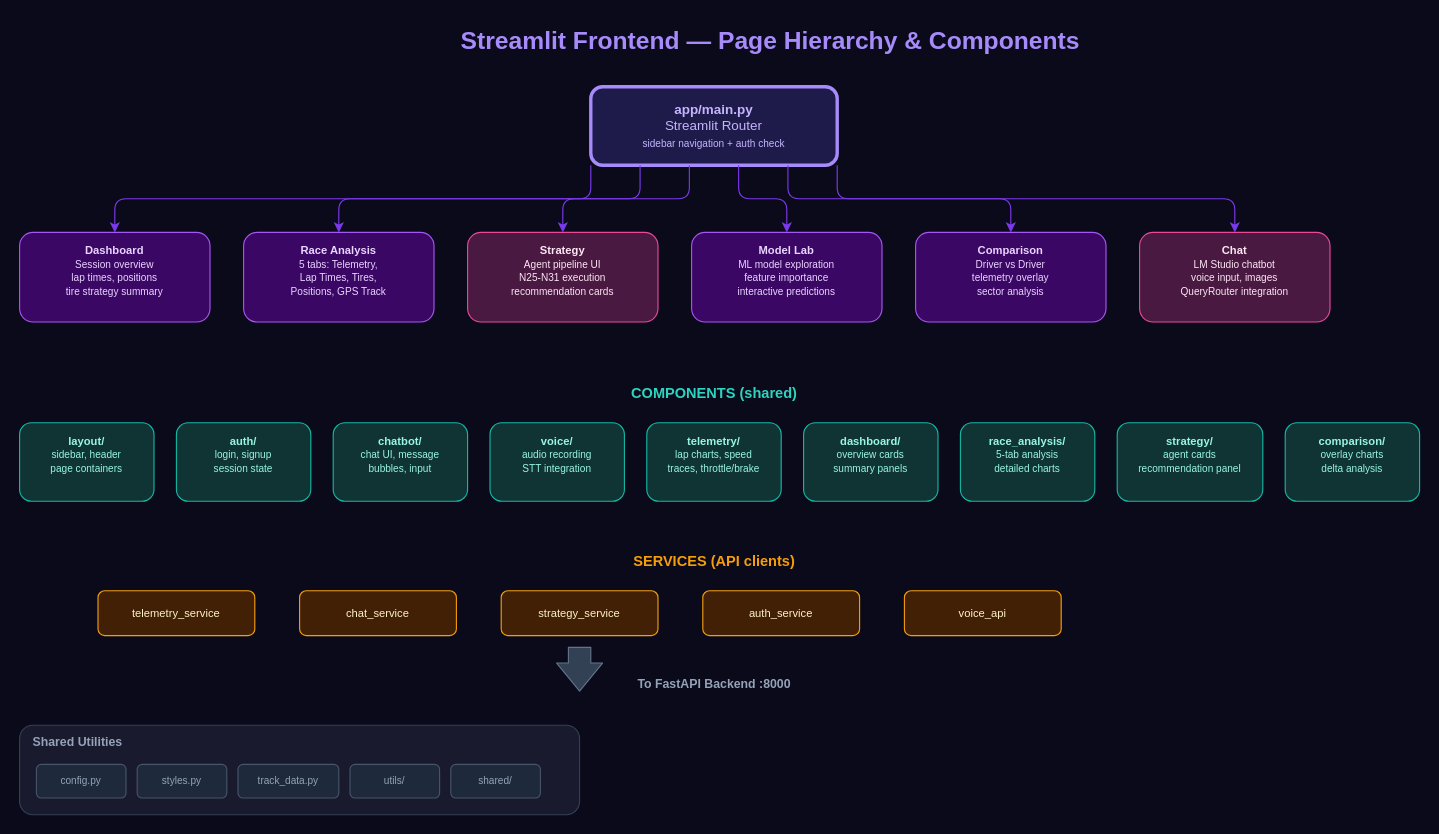
The draw.io diagram docs/diagrams/frontend_pages.drawio in VforVitorio/F1-StratLab, before the edit. Source tidied: cells renumbered, new cells numbered last; positions are measured from the earlier drawing's top-left corner, leaving out a move shared by most shapes. Both pictures are drawn from the tidied source at 112%, with x=0, y=0 at pixel (19, 19).
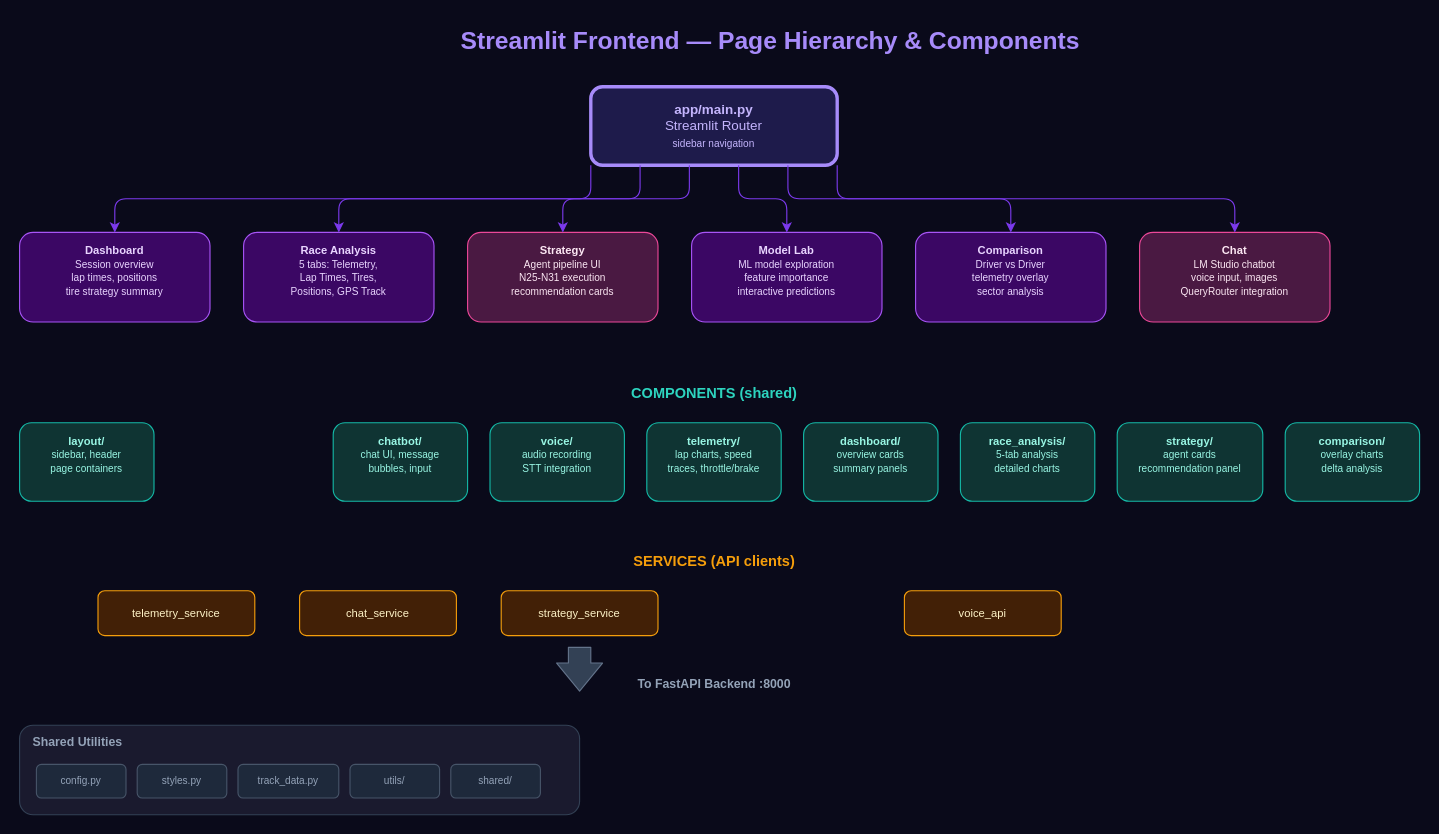
The same page after the edit.

Commit message:
docs(diagrams): remove auth/login page node from frontend_pages drawio

The edit, as a diff of the source:
```diff
@@
-    <mxCell id="3" value="&lt;b&gt;app/main.py&lt;/b&gt;&lt;br&gt;Streamlit Router&lt;br&gt;&lt;font style=&quot;font-size:9px&quot;&gt;sidebar navigation + auth check&lt;/font&gt;" style="rounded=1;whiteSpace=wrap;html=1;fillColor=#1e1b4b;strokeColor=#a78bfa;strokeWidth=3;fontColor=#c4b5fd;fontSize=12;" parent="1" vertex="1">
+    <mxCell id="3" value="&lt;b&gt;app/main.py&lt;/b&gt;&lt;br&gt;Streamlit Router&lt;br&gt;&lt;font style=&quot;font-size:9px&quot;&gt;sidebar navigation&lt;/font&gt;" style="rounded=1;whiteSpace=wrap;html=1;fillColor=#1e1b4b;strokeColor=#a78bfa;strokeWidth=3;fontColor=#c4b5fd;fontSize=12;" parent="1" vertex="1">
       <mxGeometry x="510" y="60" width="220" height="70" as="geometry" />
     </mxCell>
@@
-    <mxCell id="18" value="&lt;b&gt;auth/&lt;/b&gt;&lt;br&gt;&lt;font style=&quot;font-size:9px&quot;&gt;login, signup&lt;br&gt;session state&lt;/font&gt;" style="rounded=1;whiteSpace=wrap;html=1;fillColor=#0f3433;strokeColor=#14b8a6;fontColor=#99f6e4;fontSize=10;verticalAlign=top;spacingTop=4;" parent="1" vertex="1">
-      <mxGeometry x="140" y="360" width="120" height="70" as="geometry" />
-    </mxCell>
@@
-    <mxCell id="30" value="auth_service" style="rounded=1;whiteSpace=wrap;html=1;fillColor=#422006;strokeColor=#f59e0b;fontColor=#fef3c7;fontSize=10;" parent="1" vertex="1">
-      <mxGeometry x="610" y="510" width="140" height="40" as="geometry" />
-    </mxCell>
```
